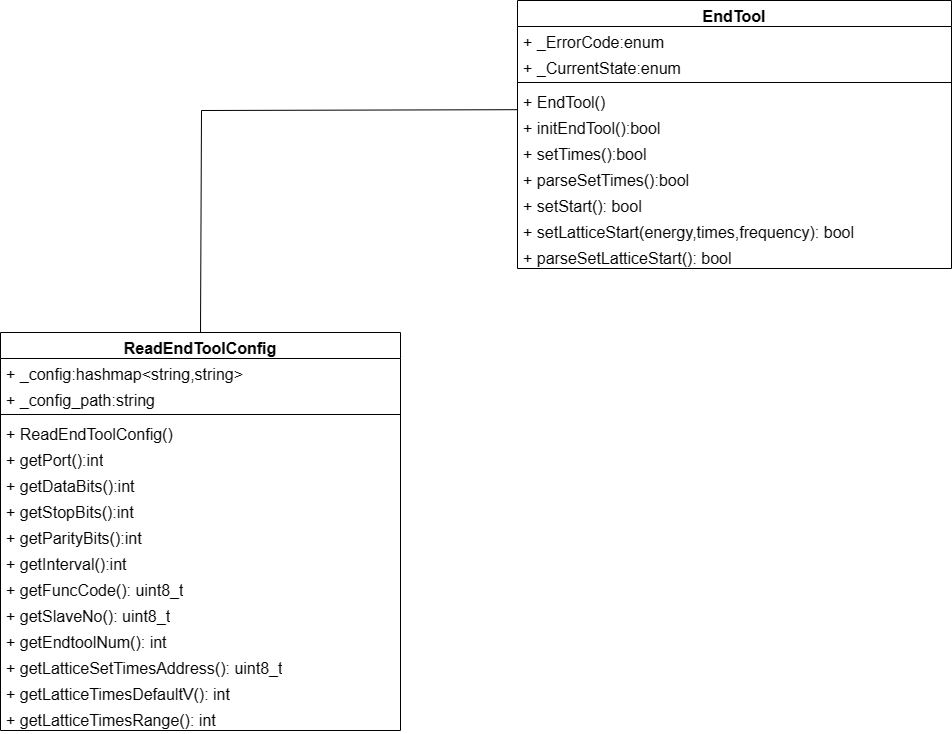
This is 理疗头类图.drawio.png from Durpe/Drawio, a draw.io export, as it was before one commit. Source tidied: cells renumbered, new cells last; positions are measured from the earlier drawing's top-left corner, leaving out a move shared by most shapes.
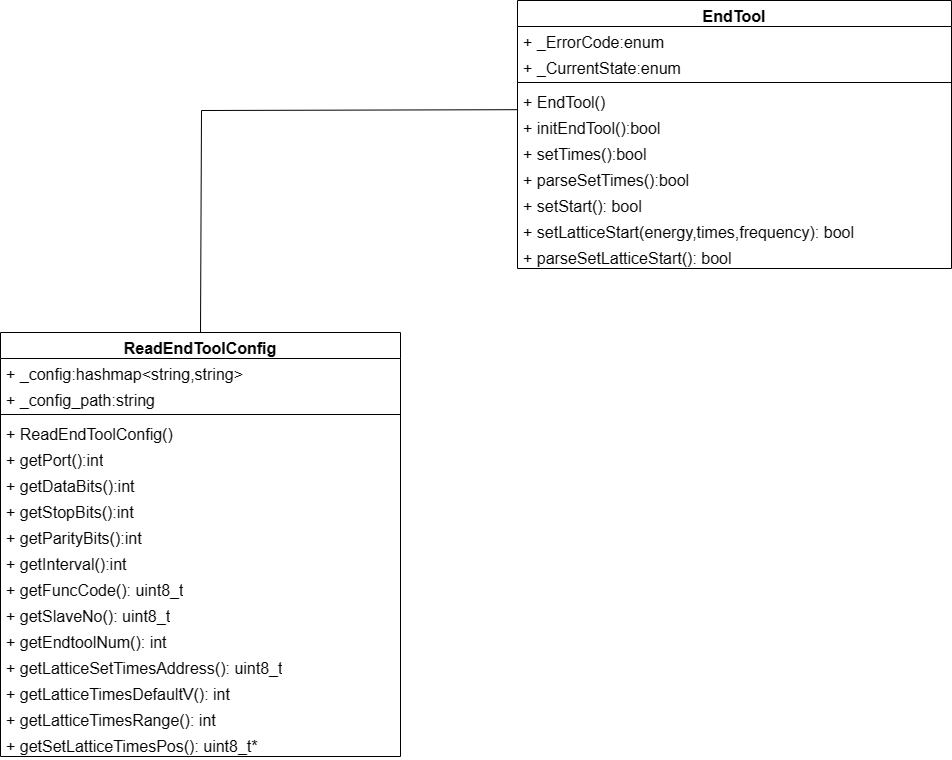
The same file after the commit.

Commit message:
更新理疗头类图.drawio.png

Diff of the diagram source:
```diff
@@ -3,7 +3,7 @@
     <mxCell id="0" />
     <mxCell id="1" parent="0" />
     <mxCell id="2" value="ReadEndToolConfig" style="swimlane;fontStyle=1;align=center;verticalAlign=top;horizontal=1;startSize=26;whiteSpace=wrap;html=1;fontSize=16;" parent="1" vertex="1">
-      <mxGeometry y="332" width="400" height="398" as="geometry" />
+      <mxGeometry y="332" width="400" height="424" as="geometry" />
     </mxCell>
     <mxCell id="3" value="+&lt;span style=&quot;white-space: pre; font-size: 16px;&quot;&gt; &lt;/span&gt;_config:hashmap&amp;lt;string,string&amp;gt;&lt;br style=&quot;font-size: 16px;&quot;&gt;" style="text;strokeColor=none;fillColor=none;align=left;verticalAlign=top;spacingLeft=4;spacingRight=4;overflow=hidden;whiteSpace=wrap;html=1;fontSize=16;" parent="2" vertex="1">
       <mxGeometry y="26" width="400" height="26" as="geometry" />
@@ -50,6 +50,9 @@
     <mxCell id="17" value="+ getLatticeTimesRange(): int" style="text;strokeColor=none;fillColor=none;align=left;verticalAlign=top;spacingLeft=4;spacingRight=4;overflow=hidden;whiteSpace=wrap;html=1;fontSize=16;" parent="2" vertex="1">
       <mxGeometry y="372" width="400" height="26" as="geometry" />
     </mxCell>
+    <mxCell id="30" value="+ getSetLatticeTimesPos(): uint8_t*" style="text;strokeColor=none;fillColor=none;align=left;verticalAlign=top;spacingLeft=4;spacingRight=4;overflow=hidden;whiteSpace=wrap;html=1;fontSize=16;" parent="2" vertex="1">
+      <mxGeometry y="398" width="400" height="26" as="geometry" />
+    </mxCell>
     <mxCell id="18" value="EndTool" style="swimlane;fontStyle=1;align=center;verticalAlign=top;horizontal=1;startSize=26;whiteSpace=wrap;html=1;fontSize=16;" parent="1" vertex="1">
       <mxGeometry x="517" width="434" height="268" as="geometry" />
     </mxCell>
```
